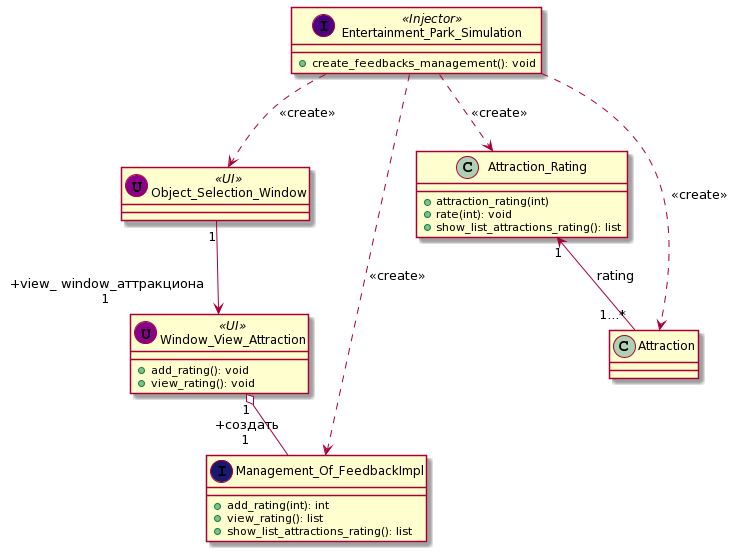
Before: description/images-en/class-develop-rating.png, a diagram exported from PlantUML (mzhirko/amusement-park). The source it was exported from:
```plantuml
@startuml
Entertainment_Park_Simulation ..> Object_Selection_Window: <<create>>
Object_Selection_Window "1" --> " +view_ window_аттракциона\n1" Window_View_Attraction
Entertainment_Park_Simulation ..> Management_Of_FeedbackImpl: <<create>>
Window_View_Attraction "1" o-- " +создать\n1" Management_Of_FeedbackImpl
Entertainment_Park_Simulation ..> Attraction_Rating: <<create>>
Entertainment_Park_Simulation ..> Attraction: <<create>>
Attraction_Rating "1" <-- "1...*" Attraction: rating

class Entertainment_Park_Simulation << (I,Indigo) Injector >> {
+ create_feedbacks_management(): void
}

class Management_Of_FeedbackImpl << (I,MidnightBlue) >> {
    + add_rating(int): int
    + view_rating(): list
    + show_list_attractions_rating(): list
}

class Window_View_Attraction <<(U,DarkMagenta) UI>> {
    + add_rating(): void
    + view_rating(): void
}

class Attraction_Rating {
    + attraction_rating(int)
    + rate(int): void
    + show_list_attractions_rating(): list
}

class Attraction {
}

class Object_Selection_Window << (U,DarkMagenta) UI>> {
}
@enduml
```
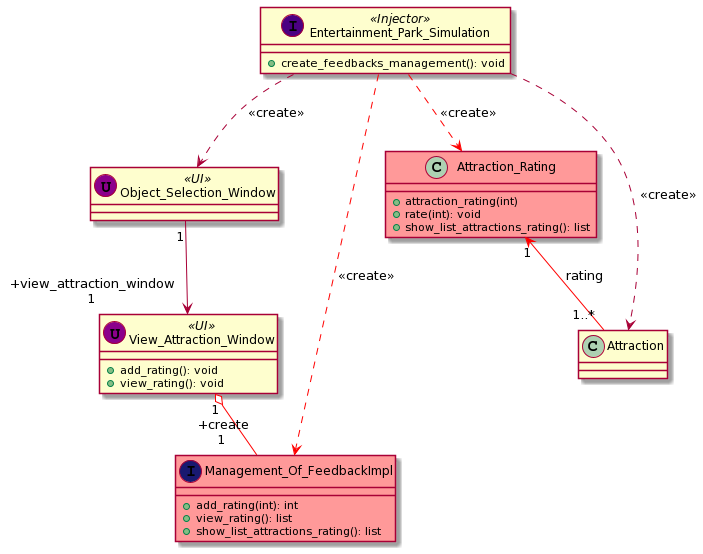
The same diagram one commit later.

Diff of the diagram source:
```diff
@@ -1,11 +1,11 @@
 @startuml
 Entertainment_Park_Simulation ..> Object_Selection_Window: <<create>>
-Object_Selection_Window "1" --> " +view_ window_аттракциона\n1" Window_View_Attraction
-Entertainment_Park_Simulation ..> Management_Of_FeedbackImpl: <<create>>
-Window_View_Attraction "1" o-- " +создать\n1" Management_Of_FeedbackImpl
-Entertainment_Park_Simulation ..> Attraction_Rating: <<create>>
+Object_Selection_Window "1" --> " +view_attraction_window\n1" View_Attraction_Window
+Entertainment_Park_Simulation .[#red].> Management_Of_FeedbackImpl: <<create>>
+View_Attraction_Window "1" o-[#red]- " +create\n1" Management_Of_FeedbackImpl
+Entertainment_Park_Simulation .[#red].> Attraction_Rating: <<create>>
 Entertainment_Park_Simulation ..> Attraction: <<create>>
-Attraction_Rating "1" <-- "1...*" Attraction: rating
+Attraction_Rating "1" <-[#red]- "1..*" Attraction: rating
 
 class Entertainment_Park_Simulation << (I,Indigo) Injector >> {
 + create_feedbacks_management(): void
@@ -17,12 +17,12 @@
     + show_list_attractions_rating(): list
 }
 
-class Window_View_Attraction <<(U,DarkMagenta) UI>> {
+class View_Attraction_Window <<(U,DarkMagenta) UI>> {
     + add_rating(): void
     + view_rating(): void
 }
 
-class Attraction_Rating {
+class Attraction_Rating #ff9999 {
     + attraction_rating(int)
     + rate(int): void
     + show_list_attractions_rating(): list
@@ -33,4 +33,6 @@
 
 class Object_Selection_Window << (U,DarkMagenta) UI>> {
 }
+
+class Management_Of_FeedbackImpl #ff9999 {}
 @enduml
```
